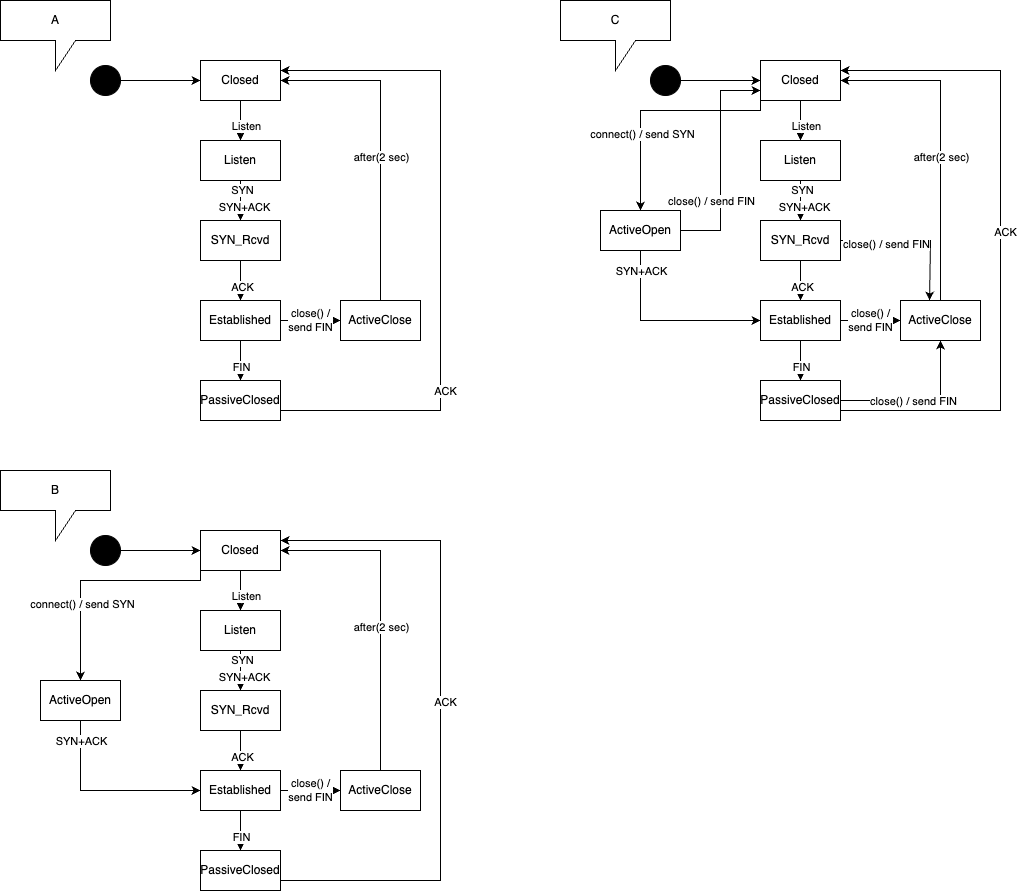
dmitriykara/ads-tech-tornados-project keeps this draw.io diagram as task7/Task7_Ex5.drawio.png. Above is the earlier version. Source tidied: cells renumbered, new cells last; positions are measured from the earlier drawing's top-left corner, leaving out a move shared by most shapes.
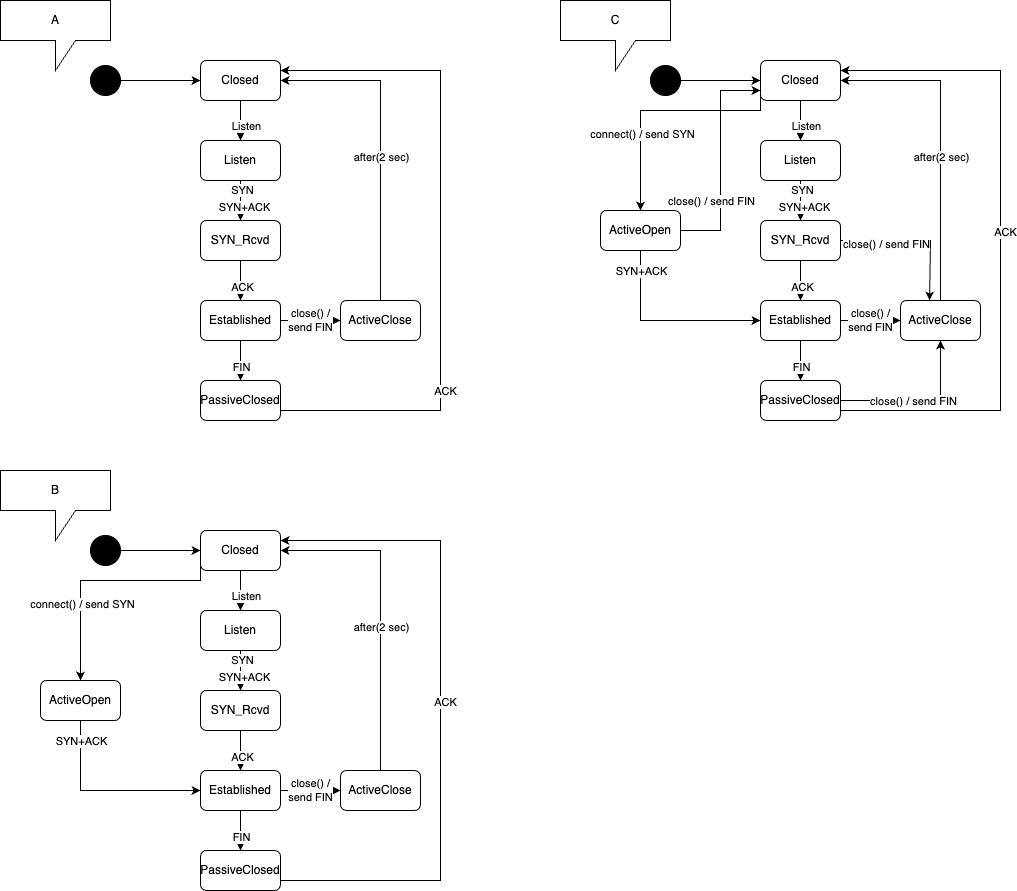
Above is the later version.

What changed in the source:
```diff
@@ -11,7 +11,7 @@
     <mxCell id="4" value="Listen" style="edgeLabel;html=1;align=center;verticalAlign=middle;" parent="3" vertex="1">
       <mxGeometry x="0.25" y="5" relative="1" as="geometry" />
     </mxCell>
-    <mxCell id="5" value="Closed" style="rounded=0;whiteSpace=wrap;html=1;" parent="1" vertex="1">
+    <mxCell id="5" value="Closed" style="rounded=1;whiteSpace=wrap;html=1;" parent="1" vertex="1">
       <mxGeometry x="200" y="60" width="80" height="40" as="geometry" />
     </mxCell>
     <mxCell id="6" style="ellipse;whiteSpace=wrap;html=1;fillColor=#000000;" parent="1" vertex="1">
@@ -29,7 +29,7 @@
     <mxCell id="10" value="SYN" style="edgeLabel;html=1;align=center;verticalAlign=middle;" parent="8" vertex="1">
       <mxGeometry x="-0.55" y="1" relative="1" as="geometry" />
     </mxCell>
-    <mxCell id="11" value="Listen" style="rounded=0;whiteSpace=wrap;html=1;" parent="1" vertex="1">
+    <mxCell id="11" value="Listen" style="rounded=1;whiteSpace=wrap;html=1;" parent="1" vertex="1">
       <mxGeometry x="200" y="140" width="80" height="40" as="geometry" />
     </mxCell>
     <mxCell id="12" style="edgeStyle=orthogonalEdgeStyle;rounded=0;jettySize=auto;html=1;exitX=0.5;exitY=1;exitDx=0;exitDy=0;entryX=0.5;entryY=0;entryDx=0;entryDy=0;" parent="1" edge="1" source="14" target="18">
@@ -38,7 +38,7 @@
     <mxCell id="13" value="ACK" style="edgeLabel;html=1;align=center;verticalAlign=middle;" parent="12" vertex="1">
       <mxGeometry x="0.3" y="1" relative="1" as="geometry" />
     </mxCell>
-    <mxCell id="14" value="SYN_Rcvd" style="rounded=0;whiteSpace=wrap;html=1;" parent="1" vertex="1">
+    <mxCell id="14" value="SYN_Rcvd" style="rounded=1;whiteSpace=wrap;html=1;" parent="1" vertex="1">
       <mxGeometry x="200" y="220" width="80" height="40" as="geometry" />
     </mxCell>
     <mxCell id="15" style="edgeStyle=orthogonalEdgeStyle;rounded=0;jettySize=auto;html=1;exitX=0.5;exitY=1;exitDx=0;exitDy=0;entryX=0.5;entryY=0;entryDx=0;entryDy=0;" parent="1" edge="1" source="18" target="21">
@@ -50,7 +50,7 @@
     <mxCell id="17" value="close() /&lt;br&gt;send FIN" style="edgeStyle=orthogonalEdgeStyle;rounded=0;jettySize=auto;html=1;exitX=1;exitY=0.5;exitDx=0;exitDy=0;entryX=0;entryY=0.5;entryDx=0;entryDy=0;" parent="1" edge="1" source="18" target="24">
       <mxGeometry relative="1" as="geometry" />
     </mxCell>
-    <mxCell id="18" value="Established" style="rounded=0;whiteSpace=wrap;html=1;" parent="1" vertex="1">
+    <mxCell id="18" value="Established" style="rounded=1;whiteSpace=wrap;html=1;" parent="1" vertex="1">
       <mxGeometry x="200" y="300" width="80" height="40" as="geometry" />
     </mxCell>
     <mxCell id="19" style="edgeStyle=orthogonalEdgeStyle;rounded=0;jettySize=auto;html=1;exitX=1;exitY=0.75;exitDx=0;exitDy=0;entryX=1;entryY=0.25;entryDx=0;entryDy=0;" parent="1" edge="1" source="21" target="5">
@@ -66,7 +66,7 @@
         <mxPoint y="159" as="offset" />
       </mxGeometry>
     </mxCell>
-    <mxCell id="21" value="PassiveClosed" style="rounded=0;whiteSpace=wrap;html=1;" parent="1" vertex="1">
+    <mxCell id="21" value="PassiveClosed" style="rounded=1;whiteSpace=wrap;html=1;" parent="1" vertex="1">
       <mxGeometry x="200" y="380" width="80" height="40" as="geometry" />
     </mxCell>
     <mxCell id="22" style="edgeStyle=orthogonalEdgeStyle;rounded=0;jettySize=auto;html=1;exitX=0.5;exitY=0;exitDx=0;exitDy=0;entryX=1;entryY=0.5;entryDx=0;entryDy=0;" parent="1" edge="1" source="24" target="5">
@@ -75,7 +75,7 @@
     <mxCell id="23" value="after(2 sec)" style="edgeLabel;html=1;align=center;verticalAlign=middle;" parent="22" vertex="1">
       <mxGeometry x="-0.1" relative="1" as="geometry" />
     </mxCell>
-    <mxCell id="24" value="ActiveClose" style="rounded=0;whiteSpace=wrap;html=1;" parent="1" vertex="1">
+    <mxCell id="24" value="ActiveClose" style="rounded=1;whiteSpace=wrap;html=1;" parent="1" vertex="1">
       <mxGeometry x="340" y="300" width="80" height="40" as="geometry" />
     </mxCell>
     <mxCell id="25" style="rounded=0;jettySize=auto;html=1;exitX=0;exitY=0.5;exitDx=0;exitDy=0;entryX=1;entryY=0.5;entryDx=0;entryDy=0;endArrow=none;endFill=0;startArrow=classic;startFill=1;" parent="1" edge="1" source="30" target="31">
@@ -98,7 +98,7 @@
     <mxCell id="29" value="connect() / send SYN" style="edgeLabel;html=1;align=center;verticalAlign=middle;" parent="28" vertex="1">
       <mxGeometry x="0.36" y="1" relative="1" as="geometry" />
     </mxCell>
-    <mxCell id="30" value="Closed" style="rounded=0;whiteSpace=wrap;html=1;" parent="1" vertex="1">
+    <mxCell id="30" value="Closed" style="rounded=1;whiteSpace=wrap;html=1;" parent="1" vertex="1">
       <mxGeometry x="200" y="530" width="80" height="40" as="geometry" />
     </mxCell>
     <mxCell id="31" style="ellipse;whiteSpace=wrap;html=1;fillColor=#000000;" parent="1" vertex="1">
@@ -116,7 +116,7 @@
     <mxCell id="35" value="SYN" style="edgeLabel;html=1;align=center;verticalAlign=middle;" parent="33" vertex="1">
       <mxGeometry x="-0.55" y="1" relative="1" as="geometry" />
     </mxCell>
-    <mxCell id="36" value="Listen" style="rounded=0;whiteSpace=wrap;html=1;" parent="1" vertex="1">
+    <mxCell id="36" value="Listen" style="rounded=1;whiteSpace=wrap;html=1;" parent="1" vertex="1">
       <mxGeometry x="200" y="610" width="80" height="40" as="geometry" />
     </mxCell>
     <mxCell id="37" style="edgeStyle=orthogonalEdgeStyle;rounded=0;jettySize=auto;html=1;exitX=0.5;exitY=1;exitDx=0;exitDy=0;entryX=0.5;entryY=0;entryDx=0;entryDy=0;" parent="1" edge="1" source="39" target="43">
@@ -125,7 +125,7 @@
     <mxCell id="38" value="ACK" style="edgeLabel;html=1;align=center;verticalAlign=middle;" parent="37" vertex="1">
       <mxGeometry x="0.3" y="1" relative="1" as="geometry" />
     </mxCell>
-    <mxCell id="39" value="SYN_Rcvd" style="rounded=0;whiteSpace=wrap;html=1;" parent="1" vertex="1">
+    <mxCell id="39" value="SYN_Rcvd" style="rounded=1;whiteSpace=wrap;html=1;" parent="1" vertex="1">
       <mxGeometry x="200" y="690" width="80" height="40" as="geometry" />
     </mxCell>
     <mxCell id="40" style="edgeStyle=orthogonalEdgeStyle;rounded=0;jettySize=auto;html=1;exitX=0.5;exitY=1;exitDx=0;exitDy=0;entryX=0.5;entryY=0;entryDx=0;entryDy=0;" parent="1" edge="1" source="43" target="46">
@@ -137,7 +137,7 @@
     <mxCell id="42" value="close() /&lt;br&gt;send FIN" style="edgeStyle=orthogonalEdgeStyle;rounded=0;jettySize=auto;html=1;exitX=1;exitY=0.5;exitDx=0;exitDy=0;entryX=0;entryY=0.5;entryDx=0;entryDy=0;" parent="1" edge="1" source="43" target="49">
       <mxGeometry relative="1" as="geometry" />
     </mxCell>
-    <mxCell id="43" value="Established" style="rounded=0;whiteSpace=wrap;html=1;" parent="1" vertex="1">
+    <mxCell id="43" value="Established" style="rounded=1;whiteSpace=wrap;html=1;" parent="1" vertex="1">
       <mxGeometry x="200" y="770" width="80" height="40" as="geometry" />
     </mxCell>
     <mxCell id="44" style="edgeStyle=orthogonalEdgeStyle;rounded=0;jettySize=auto;html=1;exitX=1;exitY=0.75;exitDx=0;exitDy=0;entryX=1;entryY=0.25;entryDx=0;entryDy=0;" parent="1" edge="1" source="46" target="30">
@@ -151,7 +151,7 @@
     <mxCell id="45" value="ACK" style="edgeLabel;html=1;align=center;verticalAlign=middle;" parent="44" vertex="1">
       <mxGeometry x="0.03" y="-4" relative="1" as="geometry" />
     </mxCell>
-    <mxCell id="46" value="PassiveClosed" style="rounded=0;whiteSpace=wrap;html=1;" parent="1" vertex="1">
+    <mxCell id="46" value="PassiveClosed" style="rounded=1;whiteSpace=wrap;html=1;" parent="1" vertex="1">
       <mxGeometry x="200" y="850" width="80" height="40" as="geometry" />
     </mxCell>
     <mxCell id="47" style="edgeStyle=orthogonalEdgeStyle;rounded=0;jettySize=auto;html=1;exitX=0.5;exitY=0;exitDx=0;exitDy=0;entryX=1;entryY=0.5;entryDx=0;entryDy=0;" parent="1" edge="1" source="49" target="30">
@@ -160,7 +160,7 @@
     <mxCell id="48" value="after(2 sec)" style="edgeLabel;html=1;align=center;verticalAlign=middle;" parent="47" vertex="1">
       <mxGeometry x="-0.1" relative="1" as="geometry" />
     </mxCell>
-    <mxCell id="49" value="ActiveClose" style="rounded=0;whiteSpace=wrap;html=1;" parent="1" vertex="1">
+    <mxCell id="49" value="ActiveClose" style="rounded=1;whiteSpace=wrap;html=1;" parent="1" vertex="1">
       <mxGeometry x="340" y="770" width="80" height="40" as="geometry" />
     </mxCell>
     <mxCell id="50" style="edgeStyle=orthogonalEdgeStyle;rounded=0;jettySize=auto;html=1;exitX=0.5;exitY=1;exitDx=0;exitDy=0;entryX=0;entryY=0.5;entryDx=0;entryDy=0;" parent="1" edge="1" source="52" target="43">
@@ -169,7 +169,7 @@
     <mxCell id="51" value="SYN+ACK" style="edgeLabel;html=1;align=center;verticalAlign=middle;" parent="50" vertex="1">
       <mxGeometry x="-0.79" relative="1" as="geometry" />
     </mxCell>
-    <mxCell id="52" value="ActiveOpen" style="rounded=0;whiteSpace=wrap;html=1;" parent="1" vertex="1">
+    <mxCell id="52" value="ActiveOpen" style="rounded=1;whiteSpace=wrap;html=1;" parent="1" vertex="1">
       <mxGeometry x="40" y="680" width="80" height="40" as="geometry" />
     </mxCell>
     <mxCell id="53" style="rounded=0;jettySize=auto;html=1;exitX=0;exitY=0.5;exitDx=0;exitDy=0;entryX=1;entryY=0.5;entryDx=0;entryDy=0;endArrow=none;endFill=0;startArrow=classic;startFill=1;" parent="1" edge="1" source="58" target="59">
@@ -192,7 +192,7 @@
     <mxCell id="57" value="connect() / send SYN" style="edgeLabel;html=1;align=center;verticalAlign=middle;" parent="56" vertex="1">
       <mxGeometry x="0.36" y="1" relative="1" as="geometry" />
     </mxCell>
-    <mxCell id="58" value="Closed" style="rounded=0;whiteSpace=wrap;html=1;" parent="1" vertex="1">
+    <mxCell id="58" value="Closed" style="rounded=1;whiteSpace=wrap;html=1;" parent="1" vertex="1">
       <mxGeometry x="760" y="60" width="80" height="40" as="geometry" />
     </mxCell>
     <mxCell id="59" style="ellipse;whiteSpace=wrap;html=1;fillColor=#000000;" parent="1" vertex="1">
@@ -210,7 +210,7 @@
     <mxCell id="63" value="SYN" style="edgeLabel;html=1;align=center;verticalAlign=middle;" parent="61" vertex="1">
       <mxGeometry x="-0.55" y="1" relative="1" as="geometry" />
     </mxCell>
-    <mxCell id="64" value="Listen" style="rounded=0;whiteSpace=wrap;html=1;" parent="1" vertex="1">
+    <mxCell id="64" value="Listen" style="rounded=1;whiteSpace=wrap;html=1;" parent="1" vertex="1">
       <mxGeometry x="760" y="140" width="80" height="40" as="geometry" />
     </mxCell>
     <mxCell id="65" style="edgeStyle=orthogonalEdgeStyle;rounded=0;jettySize=auto;html=1;exitX=0.5;exitY=1;exitDx=0;exitDy=0;entryX=0.5;entryY=0;entryDx=0;entryDy=0;" parent="1" edge="1" source="69" target="73">
@@ -229,7 +229,7 @@
     <mxCell id="68" value="close() / send FIN" style="edgeLabel;html=1;align=center;verticalAlign=middle;" parent="67" vertex="1">
       <mxGeometry x="-0.4" y="-3" relative="1" as="geometry" />
     </mxCell>
-    <mxCell id="69" value="SYN_Rcvd" style="rounded=0;whiteSpace=wrap;html=1;" parent="1" vertex="1">
+    <mxCell id="69" value="SYN_Rcvd" style="rounded=1;whiteSpace=wrap;html=1;" parent="1" vertex="1">
       <mxGeometry x="760" y="220" width="80" height="40" as="geometry" />
     </mxCell>
     <mxCell id="70" style="edgeStyle=orthogonalEdgeStyle;rounded=0;jettySize=auto;html=1;exitX=0.5;exitY=1;exitDx=0;exitDy=0;entryX=0.5;entryY=0;entryDx=0;entryDy=0;" parent="1" edge="1" source="73" target="78">
@@ -241,7 +241,7 @@
     <mxCell id="72" value="close() /&lt;br&gt;send FIN" style="edgeStyle=orthogonalEdgeStyle;rounded=0;jettySize=auto;html=1;exitX=1;exitY=0.5;exitDx=0;exitDy=0;entryX=0;entryY=0.5;entryDx=0;entryDy=0;" parent="1" edge="1" source="73" target="81">
       <mxGeometry relative="1" as="geometry" />
     </mxCell>
-    <mxCell id="73" value="Established" style="rounded=0;whiteSpace=wrap;html=1;" parent="1" vertex="1">
+    <mxCell id="73" value="Established" style="rounded=1;whiteSpace=wrap;html=1;" parent="1" vertex="1">
       <mxGeometry x="760" y="300" width="80" height="40" as="geometry" />
     </mxCell>
     <mxCell id="74" style="edgeStyle=orthogonalEdgeStyle;rounded=0;jettySize=auto;html=1;exitX=1;exitY=0.5;exitDx=0;exitDy=0;entryX=0.5;entryY=1;entryDx=0;entryDy=0;" parent="1" edge="1" source="78" target="81">
@@ -261,7 +261,7 @@
     <mxCell id="77" value="ACK" style="edgeLabel;html=1;align=center;verticalAlign=middle;" parent="76" vertex="1">
       <mxGeometry x="0.03" y="-4" relative="1" as="geometry" />
     </mxCell>
-    <mxCell id="78" value="PassiveClosed" style="rounded=0;whiteSpace=wrap;html=1;" parent="1" vertex="1">
+    <mxCell id="78" value="PassiveClosed" style="rounded=1;whiteSpace=wrap;html=1;" parent="1" vertex="1">
       <mxGeometry x="760" y="380" width="80" height="40" as="geometry" />
     </mxCell>
     <mxCell id="79" style="edgeStyle=orthogonalEdgeStyle;rounded=0;jettySize=auto;html=1;exitX=0.5;exitY=0;exitDx=0;exitDy=0;entryX=1;entryY=0.5;entryDx=0;entryDy=0;" parent="1" edge="1" source="81" target="58">
@@ -270,7 +270,7 @@
     <mxCell id="80" value="after(2 sec)" style="edgeLabel;html=1;align=center;verticalAlign=middle;" parent="79" vertex="1">
       <mxGeometry x="-0.1" relative="1" as="geometry" />
     </mxCell>
-    <mxCell id="81" value="ActiveClose" style="rounded=0;whiteSpace=wrap;html=1;" parent="1" vertex="1">
+    <mxCell id="81" value="ActiveClose" style="rounded=1;whiteSpace=wrap;html=1;" parent="1" vertex="1">
       <mxGeometry x="900" y="300" width="80" height="40" as="geometry" />
     </mxCell>
     <mxCell id="82" style="edgeStyle=orthogonalEdgeStyle;rounded=0;jettySize=auto;html=1;exitX=0.5;exitY=1;exitDx=0;exitDy=0;entryX=0;entryY=0.5;entryDx=0;entryDy=0;" parent="1" edge="1" source="86" target="73">
@@ -287,7 +287,7 @@
         <mxPoint x="-8" y="-12" as="offset" />
       </mxGeometry>
     </mxCell>
-    <mxCell id="86" value="ActiveOpen" style="rounded=0;whiteSpace=wrap;html=1;" parent="1" vertex="1">
+    <mxCell id="86" value="ActiveOpen" style="rounded=1;whiteSpace=wrap;html=1;" parent="1" vertex="1">
       <mxGeometry x="600" y="210" width="80" height="40" as="geometry" />
     </mxCell>
   </root>
```
